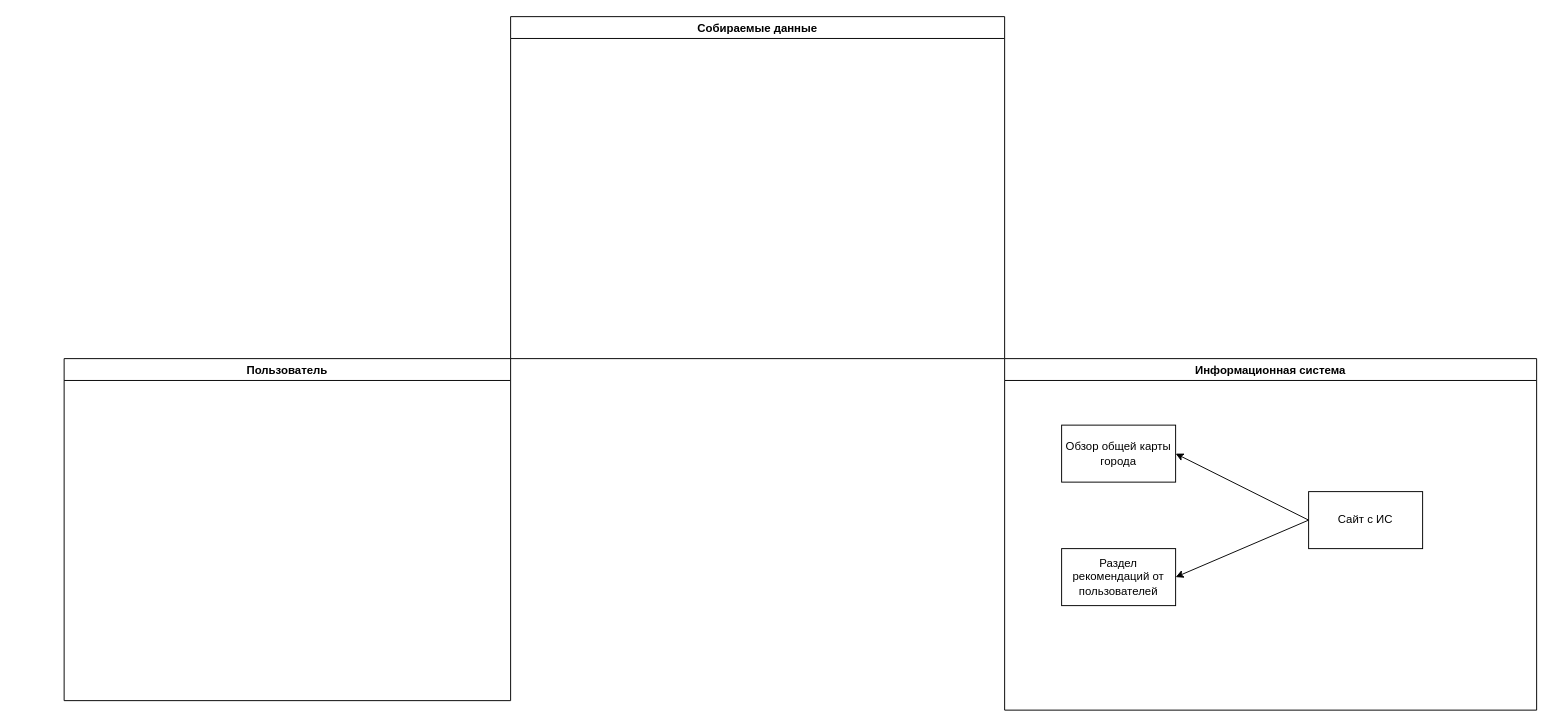
Above: Модель предметной области.drawio in elmirhismatov/Diplom (draw.io), before the change. Source tidied: cells renumbered, new cells numbered last; positions are measured from the earlier drawing's top-left corner, leaving out a move shared by most shapes. Both pictures are drawn from the tidied source at 95%, with x=0, y=0 at pixel (64, 16).
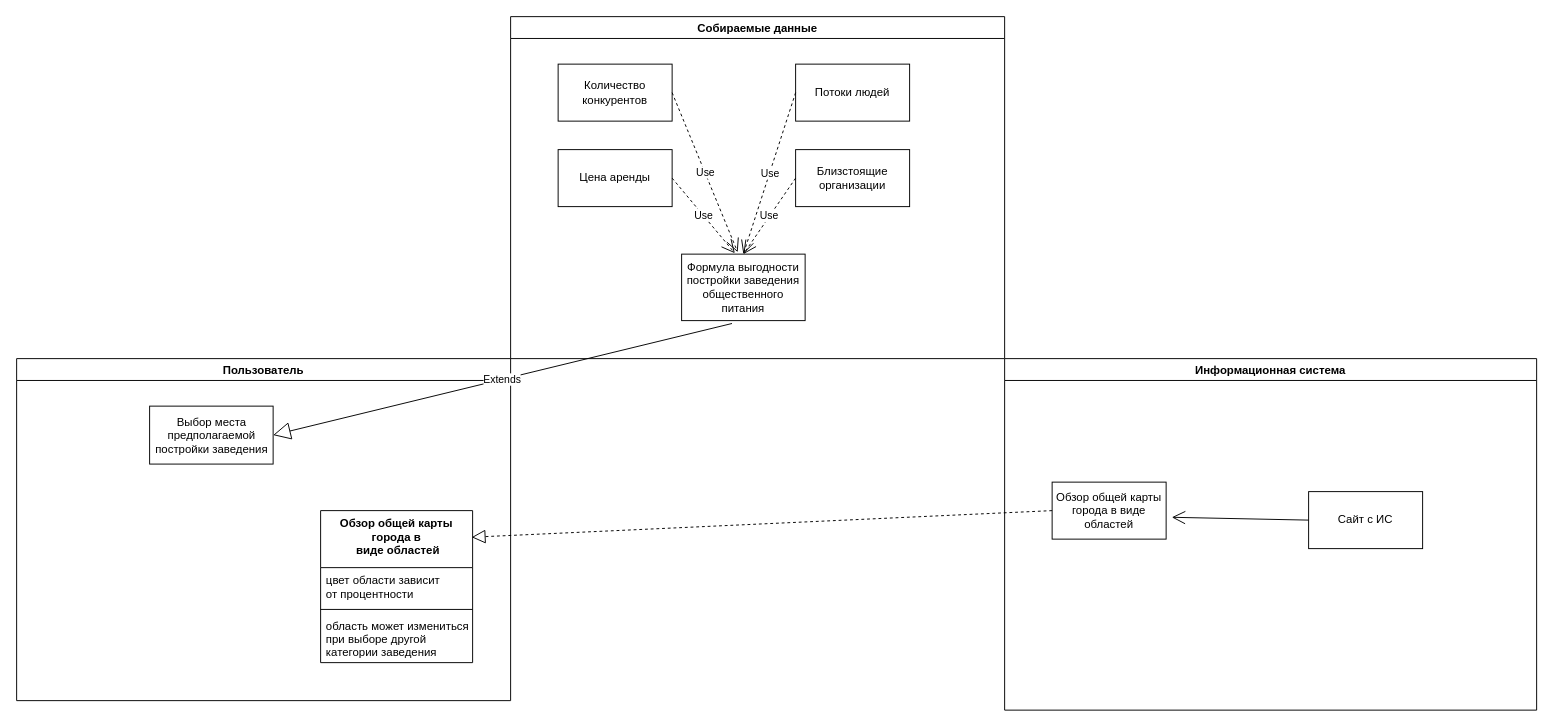
The same page after the edit.

The change refers to these unchanged cells:
```xml
<mxCell id="3" value="Собираемые данные" style="swimlane;fillColor=#FFFFFF;" parent="1" vertex="1">
  <mxGeometry x="470" width="520" height="360" as="geometry" />
</mxCell>
<mxCell id="4" value="Информационная система" style="swimlane;fillColor=#FFFFFF;" parent="1" vertex="1">
  <mxGeometry x="990" y="360" width="560" height="370" as="geometry" />
</mxCell>
<mxCell id="5" value="Сайт с ИС" style="rounded=0;whiteSpace=wrap;html=1;fillColor=#FFFFFF;" parent="4" vertex="1">
  <mxGeometry x="320" y="140" width="120" height="60" as="geometry" />
</mxCell>
```

What changed in the source:
```diff
@@
     <mxCell id="2" value="Пользователь" style="swimlane;fillColor=#FFFFFF;startSize=23;" parent="1" vertex="1">
-      <mxGeometry y="360" width="470" height="360" as="geometry" />
+      <mxGeometry x="-50" y="360" width="520" height="360" as="geometry" />
     </mxCell>
+    <mxCell id="10" value="Обзор общей карты &#10;города в&#10; виде областей" style="swimlane;fontStyle=1;align=center;verticalAlign=top;horizontal=1;startSize=60;" parent="2" vertex="1">
+      <mxGeometry x="320" y="160" width="160" height="160" as="geometry" />
+    </mxCell>
+    <mxCell id="11" value="цвет области зависит &#10;от процентности" style="text;strokeColor=none;fillColor=none;align=left;verticalAlign=top;spacingLeft=4;spacingRight=4;overflow=hidden;" parent="10" vertex="1">
+      <mxGeometry y="60" width="160" height="40" as="geometry" />
+    </mxCell>
+    <mxCell id="12" style="line;strokeWidth=1;fillColor=none;align=left;verticalAlign=middle;spacingTop=-1;spacingLeft=3;spacingRight=3;labelPosition=right;strokeColor=inherit;" parent="10" vertex="1">
+      <mxGeometry y="100" width="160" height="8" as="geometry" />
+    </mxCell>
+    <mxCell id="13" value="область может измениться &#10;при выборе другой&#10;категории заведения&#10;" style="text;strokeColor=none;fillColor=none;align=left;verticalAlign=top;spacingLeft=4;spacingRight=4;overflow=hidden;" parent="10" vertex="1">
+      <mxGeometry y="108" width="160" height="52" as="geometry" />
+    </mxCell>
+    <mxCell id="14" value="Выбор места &lt;br&gt;предполагаемой&lt;br&gt;постройки заведения" style="html=1;" parent="2" vertex="1">
+      <mxGeometry x="140" y="50" width="130" height="61" as="geometry" />
+    </mxCell>
@@
+    <mxCell id="15" value="Количество конкурентов" style="rounded=0;whiteSpace=wrap;html=1;" parent="3" vertex="1">
+      <mxGeometry x="50" y="50" width="120" height="60" as="geometry" />
+    </mxCell>
+    <mxCell id="16" value="Потоки людей" style="rounded=0;whiteSpace=wrap;html=1;" parent="3" vertex="1">
+      <mxGeometry x="300" y="50" width="120" height="60" as="geometry" />
+    </mxCell>
+    <mxCell id="17" value="Цена аренды" style="rounded=0;whiteSpace=wrap;html=1;" parent="3" vertex="1">
+      <mxGeometry x="50" y="140" width="120" height="60" as="geometry" />
+    </mxCell>
+    <mxCell id="18" value="Близстоящие организации" style="rounded=0;whiteSpace=wrap;html=1;" parent="3" vertex="1">
+      <mxGeometry x="300" y="140" width="120" height="60" as="geometry" />
+    </mxCell>
+    <mxCell id="19" value="Формула выгодности постройки заведения общественного питания" style="rounded=0;whiteSpace=wrap;html=1;" parent="3" vertex="1">
+      <mxGeometry x="180" y="250" width="130" height="70" as="geometry" />
+    </mxCell>
+    <mxCell id="20" value="Use" style="endArrow=open;endSize=12;dashed=1;html=1;rounded=0;exitX=1;exitY=0.5;exitDx=0;exitDy=0;entryX=0.431;entryY=-0.014;entryDx=0;entryDy=0;entryPerimeter=0;" parent="3" edge="1" source="17" target="19">
+      <mxGeometry relative="1" as="geometry" />
+    </mxCell>
+    <mxCell id="21" value="Use" style="endArrow=open;endSize=12;dashed=1;html=1;rounded=0;exitX=0;exitY=0.5;exitDx=0;exitDy=0;entryX=0.5;entryY=0;entryDx=0;entryDy=0;" parent="3" edge="1" source="18" target="19">
+      <mxGeometry relative="1" as="geometry" />
+    </mxCell>
+    <mxCell id="22" value="Use" style="endArrow=open;endSize=12;dashed=1;html=1;rounded=0;exitX=1;exitY=0.5;exitDx=0;exitDy=0;entryX=0.454;entryY=-0.029;entryDx=0;entryDy=0;entryPerimeter=0;" parent="3" edge="1" source="15" target="19">
+      <mxGeometry relative="1" as="geometry" />
+    </mxCell>
+    <mxCell id="23" value="Use" style="endArrow=open;endSize=12;dashed=1;html=1;rounded=0;exitX=0;exitY=0.5;exitDx=0;exitDy=0;entryX=0.5;entryY=0;entryDx=0;entryDy=0;" parent="3" edge="1" source="16" target="19">
+      <mxGeometry relative="1" as="geometry" />
+    </mxCell>
@@
-    <mxCell id="6" value="Обзор общей карты города" style="rounded=0;whiteSpace=wrap;html=1;fillColor=#FFFFFF;" parent="4" vertex="1">
-      <mxGeometry x="60" y="70" width="120" height="60" as="geometry" />
+    <mxCell id="6" value="Обзор общей карты города в виде областей" style="rounded=0;whiteSpace=wrap;html=1;fillColor=#FFFFFF;" parent="4" vertex="1">
+      <mxGeometry x="50" y="130" width="120" height="60" as="geometry" />
     </mxCell>
-    <mxCell id="7" style="endArrow=classic;html=1;rounded=0;entryX=1;entryY=0.5;entryDx=0;entryDy=0;exitX=0;exitY=0.5;exitDx=0;exitDy=0;" parent="4" edge="1" source="5" target="6">
+    <mxCell id="7" style="endArrow=open;endFill=1;endSize=12;html=1;rounded=0;exitX=0;exitY=0.5;exitDx=0;exitDy=0;entryX=1.05;entryY=0.617;entryDx=0;entryDy=0;entryPerimeter=0;" parent="4" edge="1" source="5" target="6">
       <mxGeometry relative="1" as="geometry" />
     </mxCell>
-    <mxCell id="8" value="Раздел рекомендаций от пользователей" style="rounded=0;whiteSpace=wrap;html=1;fillColor=#FFFFFF;" parent="4" vertex="1">
-      <mxGeometry x="60" y="200" width="120" height="60" as="geometry" />
-    </mxCell>
-    <mxCell id="9" style="endArrow=classic;html=1;rounded=0;exitX=0;exitY=0.5;exitDx=0;exitDy=0;entryX=1;entryY=0.5;entryDx=0;entryDy=0;" parent="4" edge="1" source="5" target="8">
-      <mxGeometry relative="1" as="geometry" />
-    </mxCell>
+    <mxCell id="24" style="endArrow=block;dashed=1;endFill=0;endSize=12;html=1;rounded=0;exitX=0;exitY=0.5;exitDx=0;exitDy=0;entryX=0.994;entryY=0.175;entryDx=0;entryDy=0;entryPerimeter=0;" parent="1" edge="1" source="6" target="10">
+      <mxGeometry relative="1" as="geometry" />
+    </mxCell>
+    <mxCell id="25" value="Extends" style="endArrow=block;endSize=16;endFill=0;html=1;rounded=0;exitX=0.408;exitY=1.043;exitDx=0;exitDy=0;exitPerimeter=0;entryX=1;entryY=0.5;entryDx=0;entryDy=0;" parent="1" edge="1" source="19" target="14">
+      <mxGeometry relative="1" as="geometry" />
+    </mxCell>
```
